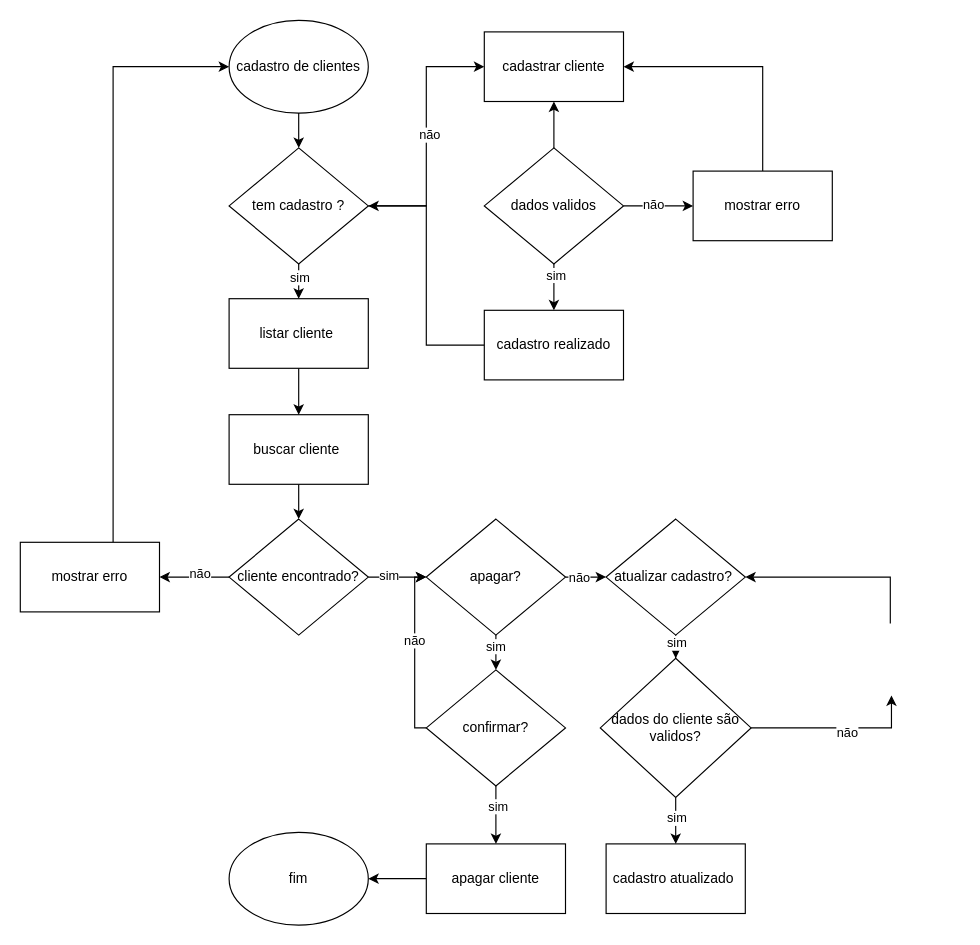
This is page "Página-3" (3 of 6) of fluxograma.drawio from luisplathdm/fluxo.2, a draw.io file, before an edit. Source tidied: cells renumbered, new cells numbered last; positions are measured from the earlier drawing's top-left corner, leaving out a move shared by most shapes. Both pictures are drawn from the tidied source at 116%, with x=0, y=0 at pixel (20, 20).
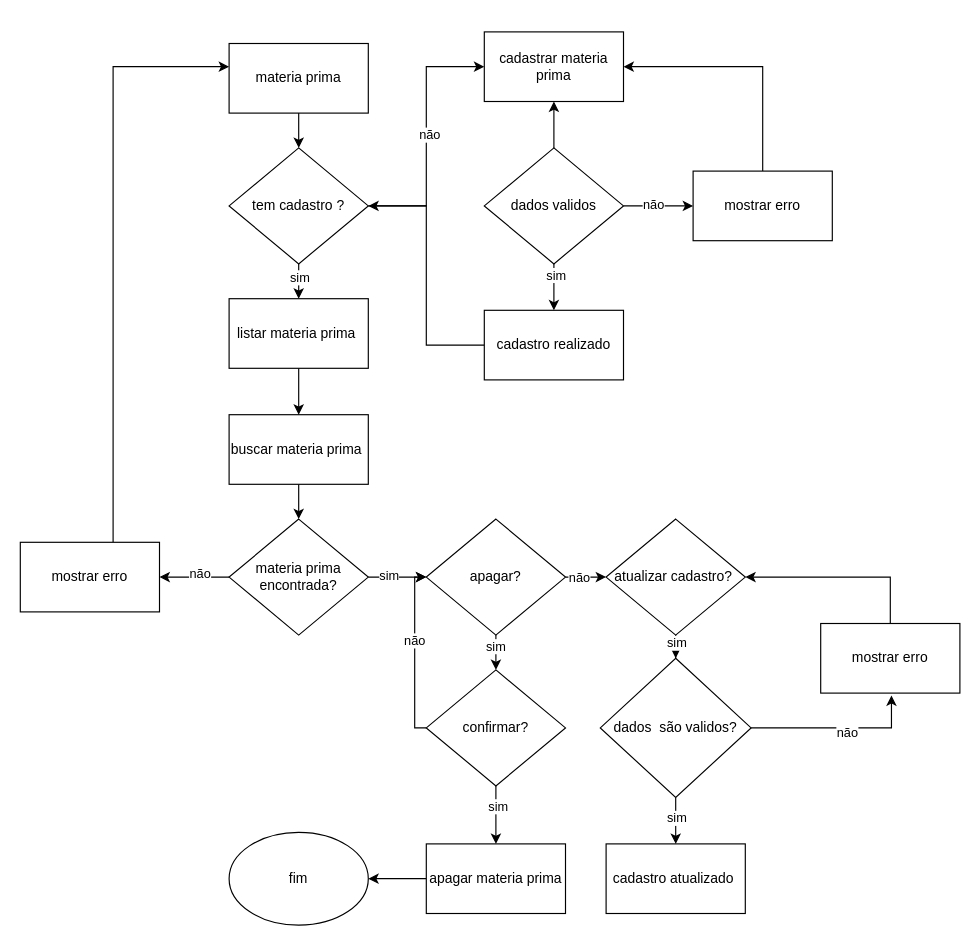
After the change.

What changed in the source:
```diff
@@
-    <mxCell id="12" value="buscar cliente&amp;nbsp;" style="rounded=0;whiteSpace=wrap;html=1;" parent="1" vertex="1">
+    <mxCell id="12" value="buscar materia prima&amp;nbsp;" style="rounded=0;whiteSpace=wrap;html=1;" parent="1" vertex="1">
       <mxGeometry x="180" y="340" width="120" height="60" as="geometry" />
     </mxCell>
@@
-    <mxCell id="14" value="listar cliente&amp;nbsp;" style="rounded=0;whiteSpace=wrap;html=1;" parent="1" vertex="1">
+    <mxCell id="14" value="listar materia prima&amp;nbsp;" style="rounded=0;whiteSpace=wrap;html=1;" parent="1" vertex="1">
       <mxGeometry x="180" y="240" width="120" height="60" as="geometry" />
     </mxCell>
@@
-    <mxCell id="18" value="dados do cliente são validos?" style="rhombus;whiteSpace=wrap;html=1;" parent="1" vertex="1">
+    <mxCell id="18" value="dados&amp;nbsp; são validos?" style="rhombus;whiteSpace=wrap;html=1;" parent="1" vertex="1">
       <mxGeometry x="500" y="550" width="130" height="120" as="geometry" />
     </mxCell>
@@
-    <mxCell id="23" value="cliente encontrado?" style="rhombus;whiteSpace=wrap;html=1;" parent="1" vertex="1">
+    <mxCell id="23" value="materia prima encontrada?" style="rhombus;whiteSpace=wrap;html=1;" parent="1" vertex="1">
       <mxGeometry x="180" y="430" width="120" height="100" as="geometry" />
     </mxCell>
@@
-    <mxCell id="35" value="apagar cliente" style="rounded=0;whiteSpace=wrap;html=1;" parent="1" vertex="1">
+    <mxCell id="35" value="apagar materia prima" style="rounded=0;whiteSpace=wrap;html=1;" parent="1" vertex="1">
       <mxGeometry x="350" y="710" width="120" height="60" as="geometry" />
     </mxCell>
@@
-    <mxCell id="40" value="cadastrar cliente" style="rounded=0;whiteSpace=wrap;html=1;" parent="1" vertex="1">
+    <mxCell id="40" value="cadastrar materia prima" style="rounded=0;whiteSpace=wrap;html=1;" parent="1" vertex="1">
       <mxGeometry x="400" y="10" width="120" height="60" as="geometry" />
     </mxCell>
@@
-    <mxCell id="53" value="cadastro de clientes" style="ellipse;whiteSpace=wrap;html=1;" parent="1" vertex="1">
-      <mxGeometry x="180" width="120" height="80" as="geometry" />
-    </mxCell>
+    <mxCell id="54" value="materia prima" style="rounded=0;whiteSpace=wrap;html=1;" parent="1" vertex="1">
+      <mxGeometry x="180" y="20" width="120" height="60" as="geometry" />
+    </mxCell>
+    <mxCell id="55" value="mostrar erro" style="rounded=0;whiteSpace=wrap;html=1;" parent="1" vertex="1">
+      <mxGeometry x="690" y="520" width="120" height="60" as="geometry" />
+    </mxCell>
```
